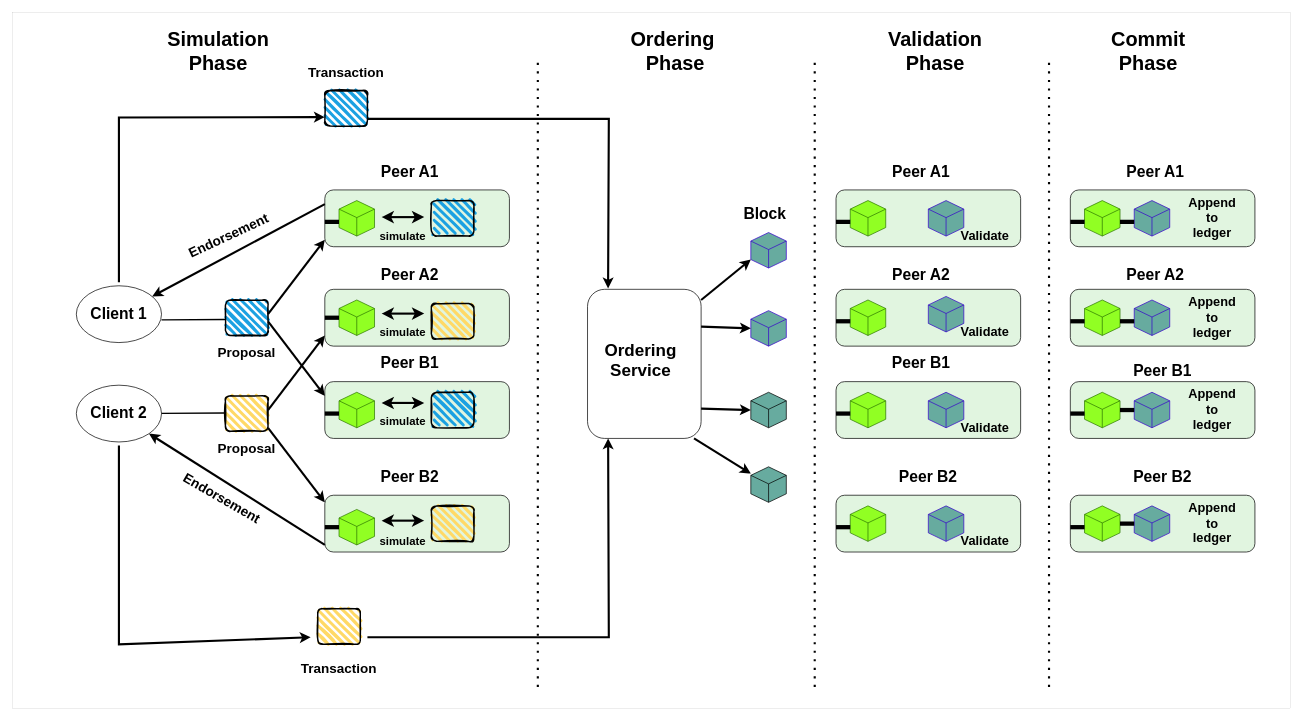
Above: page "Page-1" (1 of 4) of files/Fabric-Diagrams.drawio in Arif-Shahriar028/draw.io (draw.io), before the change. Source tidied: cells renumbered, new cells numbered last; positions are measured from the earlier drawing's top-left corner, leaving out a move shared by most shapes. Both pictures are drawn from the tidied source at 71%, with x=0, y=0 at pixel (12, 12).
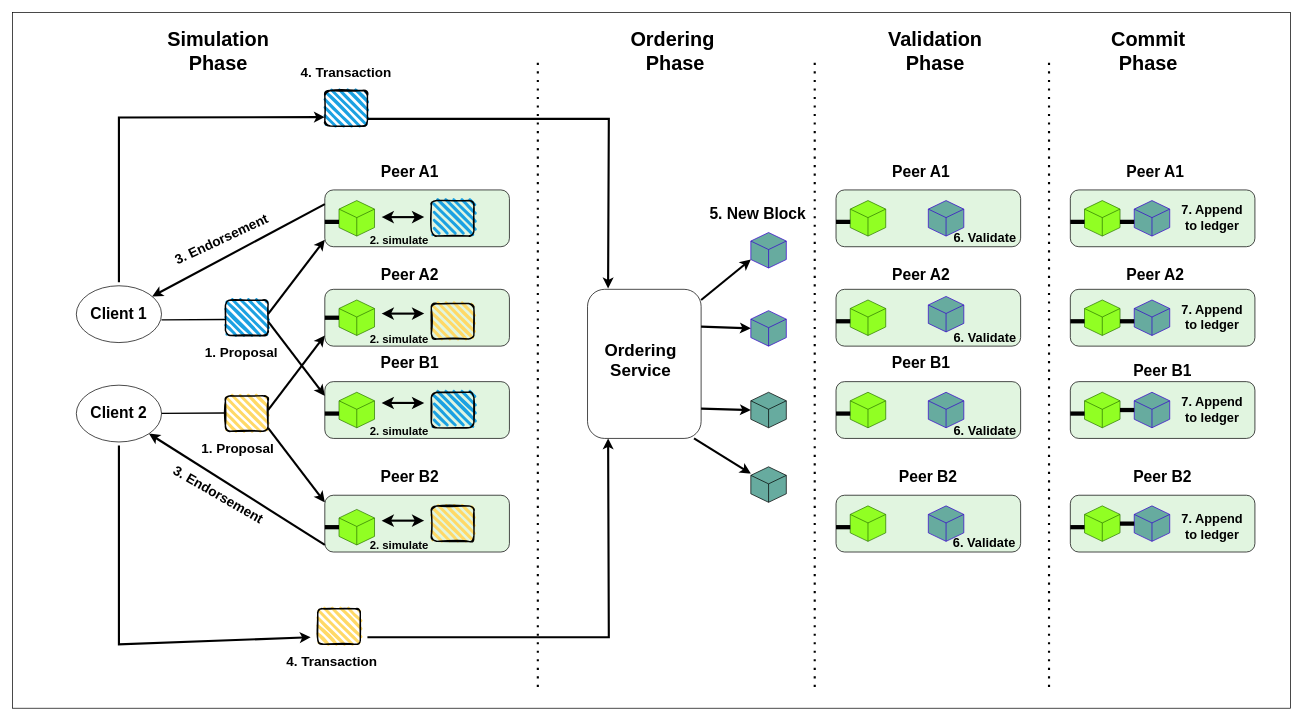
The same diagram, later.

Diff of the diagram source:
```diff
@@
-    <mxCell id="2" style="rounded=0;whiteSpace=wrap;html=1;strokeWidth=0;fontStyle=1;" parent="1" vertex="1">
+    <mxCell id="2" style="rounded=0;whiteSpace=wrap;html=1;strokeWidth=1;fontStyle=1;labelBorderColor=none;" parent="1" vertex="1">
       <mxGeometry width="1800" height="980" as="geometry" />
     </mxCell>
@@
-    <mxCell id="83" value="&lt;font style=&quot;font-size: 19px;&quot;&gt;Proposal&lt;/font&gt;" style="text;html=1;strokeColor=none;fillColor=none;align=center;verticalAlign=middle;whiteSpace=wrap;rounded=0;fontSize=16;fontStyle=1;" parent="1" vertex="1">
-      <mxGeometry x="285" y="465" width="90" height="30" as="geometry" />
+    <mxCell id="83" value="&lt;font style=&quot;font-size: 19px;&quot;&gt;1. Proposal&lt;/font&gt;" style="text;html=1;strokeColor=none;fillColor=none;align=center;verticalAlign=middle;whiteSpace=wrap;rounded=0;fontSize=16;fontStyle=1;" parent="1" vertex="1">
+      <mxGeometry x="270" y="465" width="105" height="30" as="geometry" />
     </mxCell>
-    <mxCell id="84" value="&lt;font style=&quot;font-size: 19px;&quot;&gt;Proposal&lt;/font&gt;" style="text;html=1;strokeColor=none;fillColor=none;align=center;verticalAlign=middle;whiteSpace=wrap;rounded=0;fontSize=16;fontStyle=1;" parent="1" vertex="1">
-      <mxGeometry x="285" y="600" width="90" height="30" as="geometry" />
+    <mxCell id="84" value="&lt;font style=&quot;font-size: 19px;&quot;&gt;1. Proposal&lt;/font&gt;" style="text;html=1;strokeColor=none;fillColor=none;align=center;verticalAlign=middle;whiteSpace=wrap;rounded=0;fontSize=16;fontStyle=1;" parent="1" vertex="1">
+      <mxGeometry x="260" y="600" width="115" height="30" as="geometry" />
     </mxCell>
-    <mxCell id="85" value="&lt;font style=&quot;font-size: 19px;&quot;&gt;Endorsement&lt;br&gt;&lt;/font&gt;" style="text;html=1;strokeColor=none;fillColor=none;align=center;verticalAlign=middle;whiteSpace=wrap;rounded=0;fontSize=16;rotation=-25;fontStyle=1;" parent="1" vertex="1">
-      <mxGeometry x="250" y="300" width="110" height="30" as="geometry" />
+    <mxCell id="85" value="&lt;font style=&quot;font-size: 19px;&quot;&gt;3. Endorsement&lt;br&gt;&lt;/font&gt;" style="text;html=1;strokeColor=none;fillColor=none;align=center;verticalAlign=middle;whiteSpace=wrap;rounded=0;fontSize=16;rotation=-25;fontStyle=1;" parent="1" vertex="1">
+      <mxGeometry x="210" y="305" width="170" height="30" as="geometry" />
     </mxCell>
-    <mxCell id="86" value="&lt;font style=&quot;font-size: 19px;&quot;&gt;Endorsement&lt;br&gt;&lt;/font&gt;" style="text;html=1;strokeColor=none;fillColor=none;align=center;verticalAlign=middle;whiteSpace=wrap;rounded=0;fontSize=16;rotation=30;fontStyle=1;" parent="1" vertex="1">
-      <mxGeometry x="240" y="670" width="110" height="30" as="geometry" />
+    <mxCell id="86" value="&lt;font style=&quot;font-size: 19px;&quot;&gt;3. Endorsement&lt;br&gt;&lt;/font&gt;" style="text;html=1;strokeColor=none;fillColor=none;align=center;verticalAlign=middle;whiteSpace=wrap;rounded=0;fontSize=16;rotation=30;fontStyle=1;" parent="1" vertex="1">
+      <mxGeometry x="215" y="665" width="150" height="30" as="geometry" />
     </mxCell>
@@
-    <mxCell id="95" value="simulate" style="text;html=1;strokeColor=none;fillColor=none;align=center;verticalAlign=middle;whiteSpace=wrap;rounded=0;fontSize=16;fontStyle=1;" parent="1" vertex="1">
-      <mxGeometry x="520" y="300" width="60" height="30" as="geometry" />
+    <mxCell id="95" value="2. simulate" style="text;html=1;strokeColor=none;fillColor=none;align=center;verticalAlign=middle;whiteSpace=wrap;rounded=0;fontSize=16;fontStyle=1;" parent="1" vertex="1">
+      <mxGeometry x="500" y="305" width="90" height="30" as="geometry" />
     </mxCell>
-    <mxCell id="96" value="simulate" style="text;html=1;strokeColor=none;fillColor=none;align=center;verticalAlign=middle;whiteSpace=wrap;rounded=0;fontSize=16;fontStyle=1;" parent="1" vertex="1">
-      <mxGeometry x="520" y="435" width="60" height="30" as="geometry" />
-    </mxCell>
-    <mxCell id="97" value="simulate" style="text;html=1;strokeColor=none;fillColor=none;align=center;verticalAlign=middle;whiteSpace=wrap;rounded=0;fontSize=16;fontStyle=1;" parent="1" vertex="1">
-      <mxGeometry x="520" y="560" width="60" height="30" as="geometry" />
-    </mxCell>
-    <mxCell id="98" value="simulate" style="text;html=1;strokeColor=none;fillColor=none;align=center;verticalAlign=middle;whiteSpace=wrap;rounded=0;fontSize=16;fontStyle=1;" parent="1" vertex="1">
-      <mxGeometry x="520" y="730" width="60" height="30" as="geometry" />
-    </mxCell>
-    <mxCell id="99" value="&lt;font style=&quot;font-size: 19px;&quot;&gt;Transaction&lt;/font&gt;" style="text;html=1;strokeColor=none;fillColor=none;align=center;verticalAlign=middle;whiteSpace=wrap;rounded=0;fontSize=16;fontStyle=1;" parent="1" vertex="1">
-      <mxGeometry x="440" y="70" width="60" height="30" as="geometry" />
+    <mxCell id="99" value="&lt;font style=&quot;font-size: 19px;&quot;&gt;4. Transaction&lt;/font&gt;" style="text;html=1;strokeColor=none;fillColor=none;align=center;verticalAlign=middle;whiteSpace=wrap;rounded=0;fontSize=16;fontStyle=1;" parent="1" vertex="1">
+      <mxGeometry x="405" y="70" width="130" height="30" as="geometry" />
     </mxCell>
-    <mxCell id="100" value="&lt;font style=&quot;font-size: 19px;&quot;&gt;Transaction&lt;/font&gt;" style="text;html=1;strokeColor=none;fillColor=none;align=center;verticalAlign=middle;whiteSpace=wrap;rounded=0;fontSize=16;fontStyle=1;" parent="1" vertex="1">
-      <mxGeometry x="430" y="910" width="60" height="30" as="geometry" />
-    </mxCell>
@@
-    <mxCell id="102" value="&lt;font style=&quot;font-size: 22px;&quot;&gt;Block&lt;/font&gt;" style="text;strokeColor=none;fillColor=none;html=1;align=center;verticalAlign=middle;whiteSpace=wrap;rounded=0;fontSize=16;fontStyle=1;" parent="1" vertex="1">
-      <mxGeometry x="1000" y="270" width="120" height="30" as="geometry" />
+    <mxCell id="102" value="&lt;font style=&quot;font-size: 22px;&quot;&gt;5. New Block&lt;/font&gt;" style="text;strokeColor=none;fillColor=none;html=1;align=center;verticalAlign=middle;whiteSpace=wrap;rounded=0;fontSize=16;fontStyle=1;" parent="1" vertex="1">
+      <mxGeometry x="980" y="270" width="140" height="30" as="geometry" />
     </mxCell>
@@
-    <mxCell id="111" value="&lt;font style=&quot;font-size: 18px;&quot;&gt;Validate&lt;/font&gt;" style="text;html=1;strokeColor=none;fillColor=none;align=center;verticalAlign=middle;whiteSpace=wrap;rounded=0;fontSize=16;fontStyle=1;" parent="1" vertex="1">
-      <mxGeometry x="1340" y="300" width="60" height="30" as="geometry" />
+    <mxCell id="111" value="&lt;font style=&quot;font-size: 18px;&quot;&gt;6. Validate&lt;/font&gt;" style="text;html=1;strokeColor=none;fillColor=none;align=center;verticalAlign=middle;whiteSpace=wrap;rounded=0;fontSize=16;fontStyle=1;" parent="1" vertex="1">
+      <mxGeometry x="1310" y="303" width="120" height="30" as="geometry" />
     </mxCell>
-    <mxCell id="112" value="&lt;font style=&quot;font-size: 18px;&quot;&gt;Validate&lt;/font&gt;" style="text;html=1;strokeColor=none;fillColor=none;align=center;verticalAlign=middle;whiteSpace=wrap;rounded=0;fontSize=16;fontStyle=1;" parent="1" vertex="1">
-      <mxGeometry x="1340" y="435" width="60" height="30" as="geometry" />
-    </mxCell>
-    <mxCell id="113" value="&lt;font style=&quot;font-size: 18px;&quot;&gt;Validate&lt;/font&gt;" style="text;html=1;strokeColor=none;fillColor=none;align=center;verticalAlign=middle;whiteSpace=wrap;rounded=0;fontSize=16;fontStyle=1;" parent="1" vertex="1">
-      <mxGeometry x="1340" y="570" width="60" height="30" as="geometry" />
-    </mxCell>
-    <mxCell id="114" value="&lt;font style=&quot;font-size: 18px;&quot;&gt;Validate&lt;/font&gt;" style="text;html=1;strokeColor=none;fillColor=none;align=center;verticalAlign=middle;whiteSpace=wrap;rounded=0;fontSize=16;fontStyle=1;" parent="1" vertex="1">
-      <mxGeometry x="1340" y="730" width="60" height="30" as="geometry" />
-    </mxCell>
@@
-    <mxCell id="119" value="&lt;font style=&quot;font-size: 18px;&quot;&gt;Append&lt;br&gt;to ledger&lt;br&gt;&lt;/font&gt;" style="text;html=1;strokeColor=none;fillColor=none;align=center;verticalAlign=middle;whiteSpace=wrap;rounded=0;fontSize=16;fontStyle=1;" parent="1" vertex="1">
-      <mxGeometry x="1660" y="275" width="60" height="30" as="geometry" />
+    <mxCell id="119" value="&lt;font style=&quot;font-size: 18px;&quot;&gt;7. Append&lt;br&gt;to ledger&lt;br&gt;&lt;/font&gt;" style="text;html=1;strokeColor=none;fillColor=none;align=center;verticalAlign=middle;whiteSpace=wrap;rounded=0;fontSize=16;fontStyle=1;" parent="1" vertex="1">
+      <mxGeometry x="1645" y="275" width="90" height="30" as="geometry" />
     </mxCell>
@@
-    <mxCell id="121" value="&lt;font style=&quot;font-size: 18px;&quot;&gt;Append&lt;br&gt;to ledger&lt;br&gt;&lt;/font&gt;" style="text;html=1;strokeColor=none;fillColor=none;align=center;verticalAlign=middle;whiteSpace=wrap;rounded=0;fontSize=16;fontStyle=1;" parent="1" vertex="1">
-      <mxGeometry x="1660" y="415" width="60" height="30" as="geometry" />
-    </mxCell>
-    <mxCell id="122" value="&lt;font style=&quot;font-size: 18px;&quot;&gt;Append&lt;br&gt;to ledger&lt;br&gt;&lt;/font&gt;" style="text;html=1;strokeColor=none;fillColor=none;align=center;verticalAlign=middle;whiteSpace=wrap;rounded=0;fontSize=16;fontStyle=1;" parent="1" vertex="1">
-      <mxGeometry x="1660" y="545" width="60" height="30" as="geometry" />
-    </mxCell>
-    <mxCell id="123" value="&lt;font style=&quot;font-size: 18px;&quot;&gt;Append&lt;br&gt;to ledger&lt;br&gt;&lt;/font&gt;" style="text;html=1;strokeColor=none;fillColor=none;align=center;verticalAlign=middle;whiteSpace=wrap;rounded=0;fontSize=16;fontStyle=1;" parent="1" vertex="1">
-      <mxGeometry x="1660" y="705" width="60" height="30" as="geometry" />
-    </mxCell>
@@
+    <mxCell id="128" value="2. simulate" style="text;html=1;strokeColor=none;fillColor=none;align=center;verticalAlign=middle;whiteSpace=wrap;rounded=0;fontSize=16;fontStyle=1;" parent="1" vertex="1">
+      <mxGeometry x="500" y="445" width="90" height="30" as="geometry" />
+    </mxCell>
+    <mxCell id="129" value="2. simulate" style="text;html=1;strokeColor=none;fillColor=none;align=center;verticalAlign=middle;whiteSpace=wrap;rounded=0;fontSize=16;fontStyle=1;" parent="1" vertex="1">
+      <mxGeometry x="500" y="575" width="90" height="30" as="geometry" />
+    </mxCell>
+    <mxCell id="130" value="2. simulate" style="text;html=1;strokeColor=none;fillColor=none;align=center;verticalAlign=middle;whiteSpace=wrap;rounded=0;fontSize=16;fontStyle=1;" parent="1" vertex="1">
+      <mxGeometry x="500" y="735" width="90" height="30" as="geometry" />
+    </mxCell>
+    <mxCell id="131" value="&lt;font style=&quot;font-size: 19px;&quot;&gt;4. Transaction&lt;/font&gt;" style="text;html=1;strokeColor=none;fillColor=none;align=center;verticalAlign=middle;whiteSpace=wrap;rounded=0;fontSize=16;fontStyle=1;" parent="1" vertex="1">
+      <mxGeometry x="385" y="900" width="130" height="30" as="geometry" />
+    </mxCell>
+    <mxCell id="132" value="&lt;font style=&quot;font-size: 18px;&quot;&gt;6. Validate&lt;/font&gt;" style="text;html=1;strokeColor=none;fillColor=none;align=center;verticalAlign=middle;whiteSpace=wrap;rounded=0;fontSize=16;fontStyle=1;" parent="1" vertex="1">
+      <mxGeometry x="1310" y="443" width="120" height="30" as="geometry" />
+    </mxCell>
+    <mxCell id="133" value="&lt;font style=&quot;font-size: 18px;&quot;&gt;6. Validate&lt;/font&gt;" style="text;html=1;strokeColor=none;fillColor=none;align=center;verticalAlign=middle;whiteSpace=wrap;rounded=0;fontSize=16;fontStyle=1;" parent="1" vertex="1">
+      <mxGeometry x="1310" y="574" width="120" height="30" as="geometry" />
+    </mxCell>
+    <mxCell id="134" value="&lt;font style=&quot;font-size: 18px;&quot;&gt;6. Validate&lt;/font&gt;" style="text;html=1;strokeColor=none;fillColor=none;align=center;verticalAlign=middle;whiteSpace=wrap;rounded=0;fontSize=16;fontStyle=1;" parent="1" vertex="1">
+      <mxGeometry x="1309" y="733" width="120" height="30" as="geometry" />
+    </mxCell>
+    <mxCell id="135" value="&lt;font style=&quot;font-size: 18px;&quot;&gt;7. Append&lt;br&gt;to ledger&lt;br&gt;&lt;/font&gt;" style="text;html=1;strokeColor=none;fillColor=none;align=center;verticalAlign=middle;whiteSpace=wrap;rounded=0;fontSize=16;fontStyle=1;" parent="1" vertex="1">
+      <mxGeometry x="1645" y="415" width="90" height="30" as="geometry" />
+    </mxCell>
+    <mxCell id="136" value="&lt;font style=&quot;font-size: 18px;&quot;&gt;7. Append&lt;br&gt;to ledger&lt;br&gt;&lt;/font&gt;" style="text;html=1;strokeColor=none;fillColor=none;align=center;verticalAlign=middle;whiteSpace=wrap;rounded=0;fontSize=16;fontStyle=1;" parent="1" vertex="1">
+      <mxGeometry x="1645" y="545" width="90" height="30" as="geometry" />
+    </mxCell>
+    <mxCell id="137" value="&lt;font style=&quot;font-size: 18px;&quot;&gt;7. Append&lt;br&gt;to ledger&lt;br&gt;&lt;/font&gt;" style="text;html=1;strokeColor=none;fillColor=none;align=center;verticalAlign=middle;whiteSpace=wrap;rounded=0;fontSize=16;fontStyle=1;" parent="1" vertex="1">
+      <mxGeometry x="1645" y="710" width="90" height="30" as="geometry" />
+    </mxCell>
```
